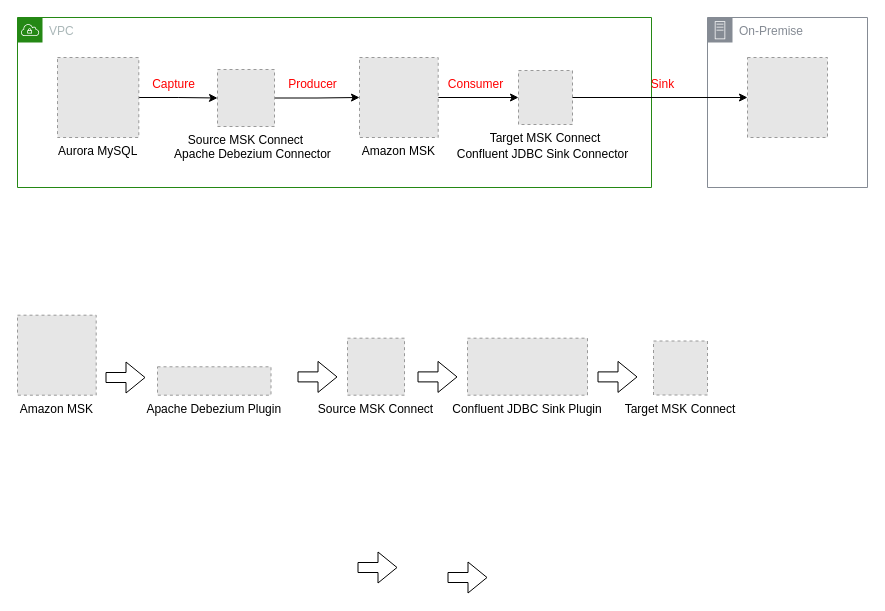
The draw.io diagram msk-blog.drawio in color275/draw.io, before the edit. Source tidied: cells renumbered, new cells numbered last; positions are measured from the earlier drawing's top-left corner, leaving out a move shared by most shapes. Both pictures are drawn from the tidied source at 100%, with x=0, y=0 at pixel (17, 17). Pictures stored in the file or linked from it are replaced by grey dashed boxes.
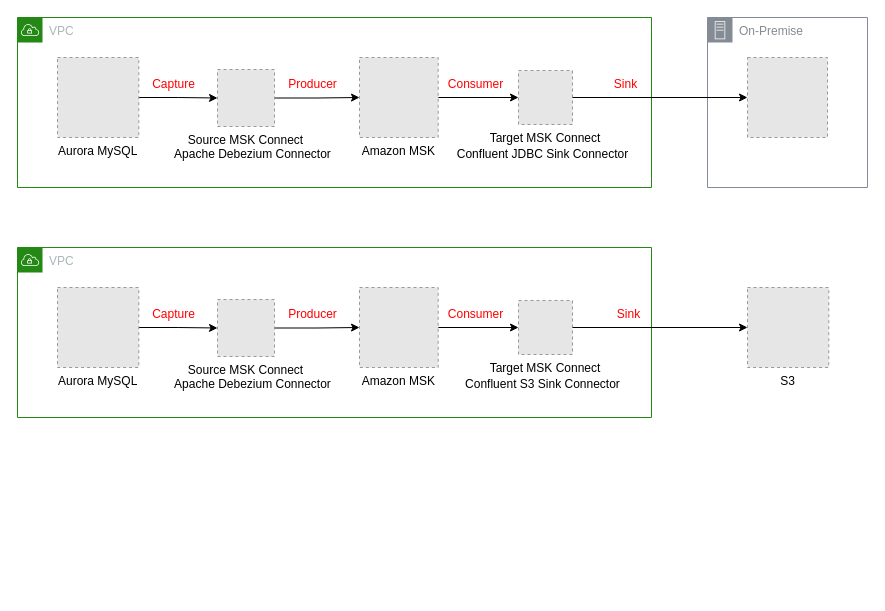
The same page after the edit.

Change to the diagram source:
```diff
@@
     <mxCell id="18" value="&lt;font color=&quot;#ff0000&quot;&gt;Sink&lt;/font&gt;" style="text;html=1;strokeColor=none;fillColor=none;align=center;verticalAlign=middle;whiteSpace=wrap;rounded=0;strokeWidth=0;" parent="1" vertex="1">
-      <mxGeometry x="588" y="52" width="115" height="30" as="geometry" />
+      <mxGeometry x="551" y="52" width="115" height="30" as="geometry" />
     </mxCell>
+    <mxCell id="30" value="VPC" style="gradientColor=none;html=1;whiteSpace=wrap;fontSize=12;fontStyle=0;shape=mxgraph.aws4.group;grIcon=mxgraph.aws4.group_vpc;strokeColor=#248814;fillColor=none;verticalAlign=top;align=left;spacingLeft=30;fontColor=#AAB7B8;dashed=0;" parent="1" vertex="1">
+      <mxGeometry y="230" width="634" height="170" as="geometry" />
+    </mxCell>
+    <mxCell id="31" style="edgeStyle=orthogonalEdgeStyle;rounded=0;jettySize=auto;html=1;" parent="30" edge="1" source="32" target="21">
+      <mxGeometry relative="1" as="geometry" />
+    </mxCell>
+    <mxCell id="32" value="Aurora MySQL" style="fillColor=#E6E6E6;strokeColor=#999999;dashed=1;verticalLabelPosition=bottom;labelBackgroundColor=default;verticalAlign=top;" parent="30" vertex="1">
+      <mxGeometry x="40" y="40" width="81.3" height="80" as="geometry" />
+    </mxCell>
+    <mxCell id="33" style="edgeStyle=orthogonalEdgeStyle;rounded=0;jettySize=auto;html=1;" parent="30" edge="1" source="21" target="19">
+      <mxGeometry relative="1" as="geometry" />
+    </mxCell>
+    <mxCell id="21" value="Source MSK Connect" style="fillColor=#E6E6E6;strokeColor=#999999;dashed=1;verticalLabelPosition=bottom;labelBackgroundColor=default;verticalAlign=top;" parent="30" vertex="1">
+      <mxGeometry x="200" y="52" width="57" height="57" as="geometry" />
+    </mxCell>
+    <mxCell id="34" style="edgeStyle=orthogonalEdgeStyle;rounded=0;jettySize=auto;html=1;" parent="30" edge="1" source="19" target="23">
+      <mxGeometry relative="1" as="geometry" />
+    </mxCell>
-    <mxCell id="19" value="Amazon MSK" style="fillColor=#E6E6E6;strokeColor=#999999;dashed=1;verticalLabelPosition=bottom;labelBackgroundColor=default;verticalAlign=top;" parent="1" vertex="1">
-      <mxGeometry y="297.7" width="78.7" height="80" as="geometry" />
+    <mxCell id="19" value="Amazon MSK" style="fillColor=#E6E6E6;strokeColor=#999999;dashed=1;verticalLabelPosition=bottom;labelBackgroundColor=default;verticalAlign=top;" parent="30" vertex="1">
+      <mxGeometry x="342" y="40" width="78.7" height="80" as="geometry" />
     </mxCell>
-    <mxCell id="20" value="Apache Debezium Plugin" style="fillColor=#E6E6E6;strokeColor=#999999;dashed=1;verticalLabelPosition=bottom;labelBackgroundColor=default;verticalAlign=top;" parent="1" vertex="1">
-      <mxGeometry x="140" y="349.3" width="113.5" height="28.4" as="geometry" />
-    </mxCell>
-    <mxCell id="21" value="Source MSK Connect" style="fillColor=#E6E6E6;strokeColor=#999999;dashed=1;verticalLabelPosition=bottom;labelBackgroundColor=default;verticalAlign=top;" parent="1" vertex="1">
-      <mxGeometry x="330" y="320.7" width="57" height="57" as="geometry" />
-    </mxCell>
-    <mxCell id="22" value="Confluent JDBC Sink Plugin" style="fillColor=#E6E6E6;strokeColor=#999999;dashed=1;verticalLabelPosition=bottom;labelBackgroundColor=default;verticalAlign=top;" parent="1" vertex="1">
-      <mxGeometry x="450" y="320.7" width="120" height="57" as="geometry" />
-    </mxCell>
-    <mxCell id="23" value="Target MSK Connect" style="fillColor=#E6E6E6;strokeColor=#999999;dashed=1;verticalLabelPosition=bottom;labelBackgroundColor=default;verticalAlign=top;" parent="1" vertex="1">
-      <mxGeometry x="636" y="323.5" width="54" height="54" as="geometry" />
+    <mxCell id="23" value="Target MSK Connect" style="fillColor=#E6E6E6;strokeColor=#999999;dashed=1;verticalLabelPosition=bottom;labelBackgroundColor=default;verticalAlign=top;" parent="30" vertex="1">
+      <mxGeometry x="501" y="53" width="54" height="54" as="geometry" />
     </mxCell>
-    <mxCell id="24" style="shape=flexArrow;endArrow=classic;html=1;rounded=0;" parent="1" edge="1">
-      <mxGeometry relative="1" as="geometry">
-        <mxPoint x="88" y="360" as="sourcePoint" />
-        <mxPoint x="128" y="360" as="targetPoint" />
-      </mxGeometry>
-    </mxCell>
-    <mxCell id="25" style="shape=flexArrow;endArrow=classic;html=1;rounded=0;" parent="1" edge="1">
-      <mxGeometry relative="1" as="geometry">
-        <mxPoint x="280" y="359.4" as="sourcePoint" />
-        <mxPoint x="320" y="359.4" as="targetPoint" />
-      </mxGeometry>
-    </mxCell>
-    <mxCell id="26" style="shape=flexArrow;endArrow=classic;html=1;rounded=0;" parent="1" edge="1">
-      <mxGeometry relative="1" as="geometry">
-        <mxPoint x="400" y="359.4" as="sourcePoint" />
-        <mxPoint x="440" y="359.4" as="targetPoint" />
-      </mxGeometry>
-    </mxCell>
-    <mxCell id="27" style="shape=flexArrow;endArrow=classic;html=1;rounded=0;" parent="1" edge="1">
-      <mxGeometry relative="1" as="geometry">
-        <mxPoint x="580" y="359.4" as="sourcePoint" />
-        <mxPoint x="620" y="359.4" as="targetPoint" />
-      </mxGeometry>
-    </mxCell>
-    <mxCell id="28" style="shape=flexArrow;endArrow=classic;html=1;rounded=0;" parent="1" edge="1">
-      <mxGeometry relative="1" as="geometry">
-        <mxPoint x="340" y="550" as="sourcePoint" />
-        <mxPoint x="380" y="550" as="targetPoint" />
-      </mxGeometry>
-    </mxCell>
-    <mxCell id="29" style="shape=flexArrow;endArrow=classic;html=1;rounded=0;" parent="1" edge="1">
-      <mxGeometry relative="1" as="geometry">
-        <mxPoint x="430" y="560" as="sourcePoint" />
-        <mxPoint x="470" y="560" as="targetPoint" />
-      </mxGeometry>
-    </mxCell>
+    <mxCell id="35" value="Apache Debezium Connector" style="text;html=1;strokeColor=none;fillColor=none;align=center;verticalAlign=middle;whiteSpace=wrap;rounded=0;" parent="30" vertex="1">
+      <mxGeometry x="151.5" y="122" width="166.5" height="30" as="geometry" />
+    </mxCell>
+    <mxCell id="36" value="Confluent S3 Sink Connector" style="text;html=1;strokeColor=none;fillColor=none;align=center;verticalAlign=middle;whiteSpace=wrap;rounded=0;" parent="30" vertex="1">
+      <mxGeometry x="434" y="122" width="183" height="30" as="geometry" />
+    </mxCell>
+    <mxCell id="37" value="&lt;font color=&quot;#ff0000&quot;&gt;Capture&lt;/font&gt;" style="text;html=1;strokeColor=none;fillColor=none;align=center;verticalAlign=middle;whiteSpace=wrap;rounded=0;strokeWidth=0;" parent="30" vertex="1">
+      <mxGeometry x="99" y="52" width="115" height="30" as="geometry" />
+    </mxCell>
+    <mxCell id="38" value="&lt;font color=&quot;#ff0000&quot;&gt;Producer&lt;/font&gt;" style="text;html=1;strokeColor=none;fillColor=none;align=center;verticalAlign=middle;whiteSpace=wrap;rounded=0;strokeWidth=0;" parent="30" vertex="1">
+      <mxGeometry x="238" y="52" width="115" height="30" as="geometry" />
+    </mxCell>
+    <mxCell id="39" value="&lt;font color=&quot;#ff0000&quot;&gt;Consumer&lt;/font&gt;" style="text;html=1;strokeColor=none;fillColor=none;align=center;verticalAlign=middle;whiteSpace=wrap;rounded=0;strokeWidth=0;" parent="30" vertex="1">
+      <mxGeometry x="401" y="52" width="115" height="30" as="geometry" />
+    </mxCell>
+    <mxCell id="40" style="edgeStyle=orthogonalEdgeStyle;rounded=0;jettySize=auto;html=1;" parent="1" edge="1" source="23">
+      <mxGeometry relative="1" as="geometry">
+        <mxPoint x="730" y="310" as="targetPoint" />
+      </mxGeometry>
+    </mxCell>
+    <mxCell id="41" value="&lt;font color=&quot;#ff0000&quot;&gt;Sink&lt;/font&gt;" style="text;html=1;strokeColor=none;fillColor=none;align=center;verticalAlign=middle;whiteSpace=wrap;rounded=0;strokeWidth=0;" parent="1" vertex="1">
+      <mxGeometry x="554" y="282" width="115" height="30" as="geometry" />
+    </mxCell>
+    <mxCell id="42" value="S3" style="fillColor=#E6E6E6;strokeColor=#999999;dashed=1;verticalLabelPosition=bottom;labelBackgroundColor=default;verticalAlign=top;" parent="1" vertex="1">
+      <mxGeometry x="730" y="270" width="81.3" height="80" as="geometry" />
+    </mxCell>
```
